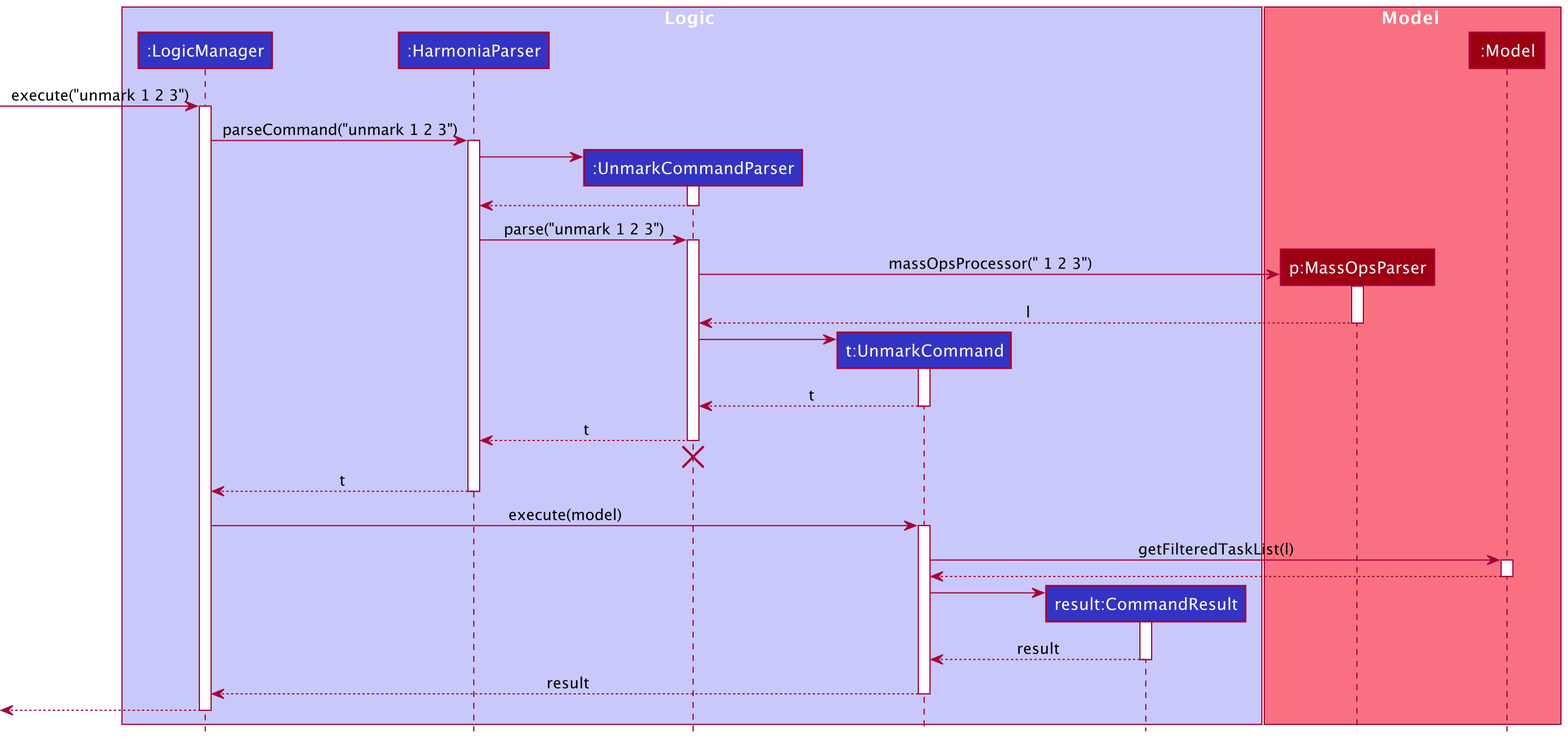
The PlantUML diagram docs/images/MassOpsUnmark.png in sbhbenjamin/tp, before a commit. Its source is kept beside it as docs/diagrams/MassOpsUnmark.puml.
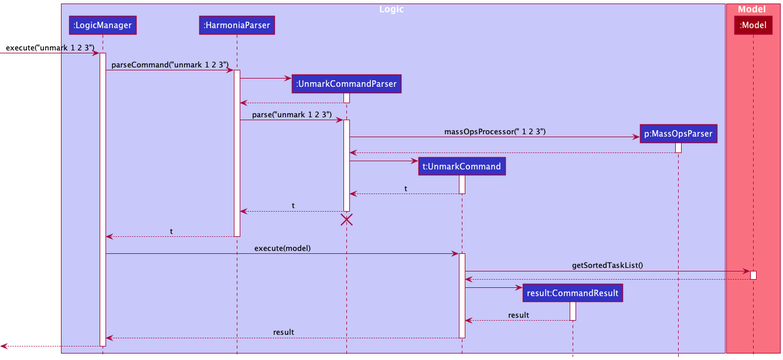
After the change.

What changed in the source:
```diff
@@ -7,10 +7,10 @@
  participant ":UnmarkCommandParser" as UnmarkCommandParser LOGIC_COLOR
  participant "t:UnmarkCommand" as UnmarkCommand LOGIC_COLOR
  participant "result:CommandResult" as CommandResult LOGIC_COLOR
+ participant "p:MassOpsParser" as MassOpsParser LOGIC_COLOR
  end box
 
  box Model MODEL_COLOR_T1
- participant "p:MassOpsParser" as MassOpsParser MODEL_COLOR
  participant ":Model" as Model MODEL_COLOR
  end box
 
@@ -34,7 +34,7 @@
  UnmarkCommandParser -> MassOpsParser : massOpsProcessor(" 1 2 3")
  activate MassOpsParser
 
- MassOpsParser --> UnmarkCommandParser : l
+ MassOpsParser --> UnmarkCommandParser
  deactivate MassOpsParser
 
  create UnmarkCommand
@@ -55,7 +55,7 @@
  LogicManager -> UnmarkCommand : execute(model)
  activate UnmarkCommand
 
- UnmarkCommand -> Model : getFilteredTaskList(l)
+ UnmarkCommand -> Model : getSortedTaskList()
  activate Model
 
  Model --> UnmarkCommand
```
